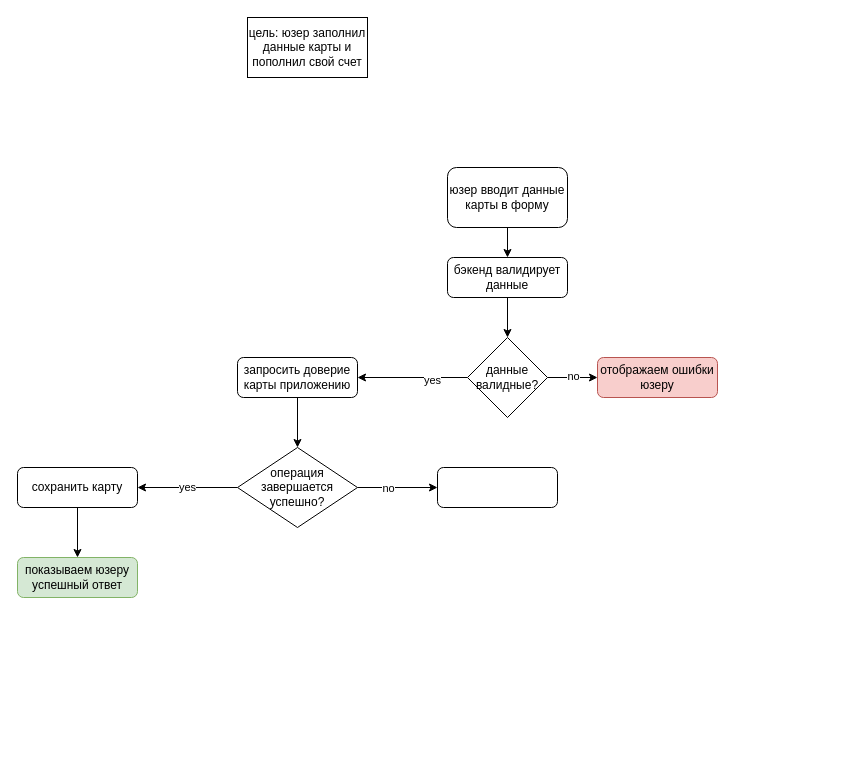
Above: lib/Untitled Diagram.drawio in phantom-profile/storages_manage_service (draw.io), before the change. Source tidied: cells renumbered, new cells numbered last; positions are measured from the earlier drawing's top-left corner, leaving out a move shared by most shapes. Both pictures are drawn from the tidied source at 100%, with x=0, y=0 at pixel (17, 17).
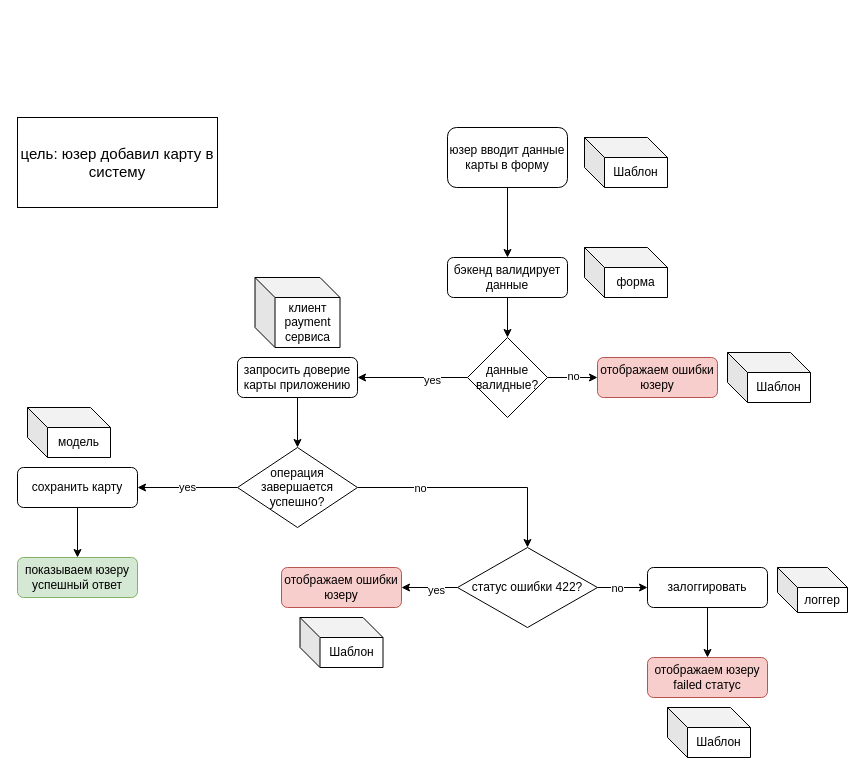
The same diagram, later.

Commit message:
finished diagram

The change refers to these unchanged cells:
```xml
<mxCell id="18" value="операция завершается успешно?" style="rhombus;whiteSpace=wrap;html=1;" parent="1" vertex="1">
  <mxGeometry x="220" y="430" width="120" height="80" as="geometry" />
</mxCell>
```

Change to the diagram source:
```diff
@@
     <mxCell id="5" value="юзер вводит данные карты в форму" style="rounded=1;whiteSpace=wrap;html=1;" parent="1" vertex="1">
-      <mxGeometry x="430" y="150" width="120" height="60" as="geometry" />
+      <mxGeometry x="430" y="110" width="120" height="60" as="geometry" />
     </mxCell>
-    <mxCell id="6" value="цель: юзер заполнил данные карты и пополнил свой счет" style="rounded=0;whiteSpace=wrap;html=1;" parent="1" vertex="1">
-      <mxGeometry x="230" width="120" height="60" as="geometry" />
+    <mxCell id="6" value="цель: юзер добавил карту в систему" style="rounded=0;whiteSpace=wrap;html=1;fontSize=15;" parent="1" vertex="1">
+      <mxGeometry y="100" width="200" height="90" as="geometry" />
     </mxCell>
@@
-    <mxCell id="16" style="edgeStyle=orthogonalEdgeStyle;rounded=0;jettySize=auto;html=1;" parent="1" edge="1" source="18" target="21">
+    <mxCell id="16" style="edgeStyle=orthogonalEdgeStyle;rounded=0;jettySize=auto;html=1;entryX=0.5;entryY=0;entryDx=0;entryDy=0;" parent="1" edge="1" source="18" target="27">
       <mxGeometry relative="1" as="geometry" />
     </mxCell>
@@
-    <mxCell id="21" style="rounded=1;whiteSpace=wrap;html=1;fontSize=12;glass=0;strokeWidth=1;shadow=0;" parent="1" vertex="1">
-      <mxGeometry x="420" y="450" width="120" height="40" as="geometry" />
-    </mxCell>
@@
+    <mxCell id="23" style="edgeStyle=orthogonalEdgeStyle;rounded=0;jettySize=auto;html=1;" parent="1" edge="1" source="27" target="29">
+      <mxGeometry relative="1" as="geometry" />
+    </mxCell>
+    <mxCell id="24" value="no" style="edgeLabel;html=1;align=center;verticalAlign=middle;" parent="23" vertex="1">
+      <mxGeometry x="-0.26" relative="1" as="geometry" />
+    </mxCell>
+    <mxCell id="25" style="edgeStyle=orthogonalEdgeStyle;rounded=0;jettySize=auto;html=1;entryX=1;entryY=0.5;entryDx=0;entryDy=0;" parent="1" edge="1" source="27" target="30">
+      <mxGeometry relative="1" as="geometry" />
+    </mxCell>
+    <mxCell id="26" value="yes" style="edgeLabel;html=1;align=center;verticalAlign=middle;" parent="25" vertex="1">
+      <mxGeometry x="-0.23" y="2" relative="1" as="geometry" />
+    </mxCell>
+    <mxCell id="27" value="статус ошибки 422?" style="rhombus;whiteSpace=wrap;html=1;" parent="1" vertex="1">
+      <mxGeometry x="440" y="530" width="140" height="80" as="geometry" />
+    </mxCell>
+    <mxCell id="28" style="edgeStyle=orthogonalEdgeStyle;rounded=0;jettySize=auto;html=1;" parent="1" edge="1" source="29" target="31">
+      <mxGeometry relative="1" as="geometry" />
+    </mxCell>
+    <mxCell id="29" value="залоггировать" style="rounded=1;whiteSpace=wrap;html=1;fontSize=12;glass=0;strokeWidth=1;shadow=0;" parent="1" vertex="1">
+      <mxGeometry x="630" y="550" width="120" height="40" as="geometry" />
+    </mxCell>
+    <mxCell id="30" value="отображаем ошибки юзеру" style="rounded=1;whiteSpace=wrap;html=1;fontSize=12;glass=0;strokeWidth=1;shadow=0;fillColor=#f8cecc;strokeColor=#b85450;" parent="1" vertex="1">
+      <mxGeometry x="264" y="550" width="120" height="40" as="geometry" />
+    </mxCell>
+    <mxCell id="31" value="отображаем юзеру failed статус" style="rounded=1;whiteSpace=wrap;html=1;fontSize=12;glass=0;strokeWidth=1;shadow=0;fillColor=#f8cecc;strokeColor=#b85450;" parent="1" vertex="1">
+      <mxGeometry x="630" y="640" width="120" height="40" as="geometry" />
+    </mxCell>
+    <mxCell id="32" value="Шаблон" style="shape=cube;whiteSpace=wrap;html=1;boundedLbl=1;backgroundOutline=1;darkOpacity=0.05;darkOpacity2=0.1;" parent="1" vertex="1">
+      <mxGeometry x="567" y="120" width="83" height="50" as="geometry" />
+    </mxCell>
+    <mxCell id="33" value="форма" style="shape=cube;whiteSpace=wrap;html=1;boundedLbl=1;backgroundOutline=1;darkOpacity=0.05;darkOpacity2=0.1;" parent="1" vertex="1">
+      <mxGeometry x="567" y="230" width="83" height="50" as="geometry" />
+    </mxCell>
+    <mxCell id="34" value="Шаблон" style="shape=cube;whiteSpace=wrap;html=1;boundedLbl=1;backgroundOutline=1;darkOpacity=0.05;darkOpacity2=0.1;" parent="1" vertex="1">
+      <mxGeometry x="710" y="335" width="83" height="50" as="geometry" />
+    </mxCell>
+    <mxCell id="35" value="клиент payment сервиса" style="shape=cube;whiteSpace=wrap;html=1;boundedLbl=1;backgroundOutline=1;darkOpacity=0.05;darkOpacity2=0.1;" parent="1" vertex="1">
+      <mxGeometry x="237.5" y="260" width="85" height="70" as="geometry" />
+    </mxCell>
+    <mxCell id="36" value="модель" style="shape=cube;whiteSpace=wrap;html=1;boundedLbl=1;backgroundOutline=1;darkOpacity=0.05;darkOpacity2=0.1;" parent="1" vertex="1">
+      <mxGeometry x="10" y="390" width="83" height="50" as="geometry" />
+    </mxCell>
+    <mxCell id="37" value="Шаблон" style="shape=cube;whiteSpace=wrap;html=1;boundedLbl=1;backgroundOutline=1;darkOpacity=0.05;darkOpacity2=0.1;" parent="1" vertex="1">
+      <mxGeometry x="282.5" y="600" width="83" height="50" as="geometry" />
+    </mxCell>
+    <mxCell id="38" value="Шаблон" style="shape=cube;whiteSpace=wrap;html=1;boundedLbl=1;backgroundOutline=1;darkOpacity=0.05;darkOpacity2=0.1;" parent="1" vertex="1">
+      <mxGeometry x="650" y="690" width="83" height="50" as="geometry" />
+    </mxCell>
+    <mxCell id="39" value="логгер" style="shape=cube;whiteSpace=wrap;html=1;boundedLbl=1;backgroundOutline=1;darkOpacity=0.05;darkOpacity2=0.1;" parent="1" vertex="1">
+      <mxGeometry x="760" y="550" width="70" height="45" as="geometry" />
+    </mxCell>
```
